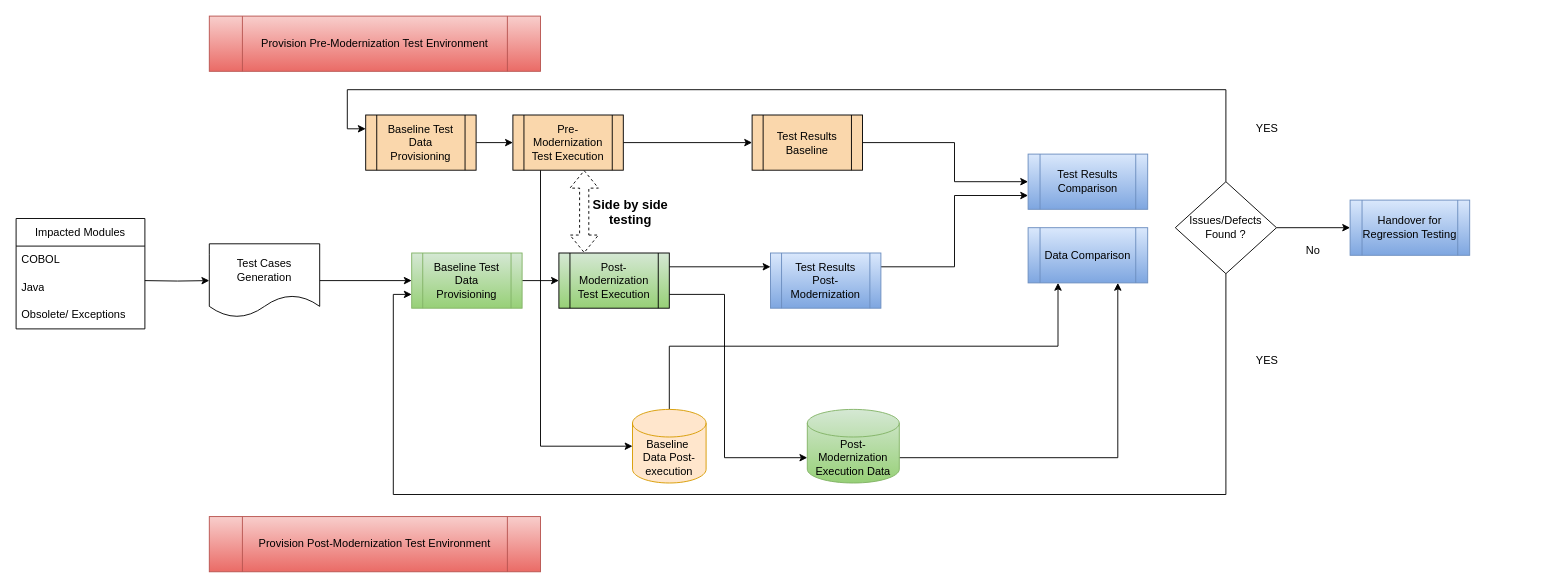
This is page "Page-1" (1 of 2) of DTCC Side by Side Testing.drawio from ilanjaya/TestCOE, a draw.io file, before an edit. Source tidied: cells renumbered, new cells numbered last; positions are measured from the earlier drawing's top-left corner, leaving out a move shared by most shapes. Both pictures are drawn from the tidied source at 92%, with x=0, y=0 at pixel (16, 16).
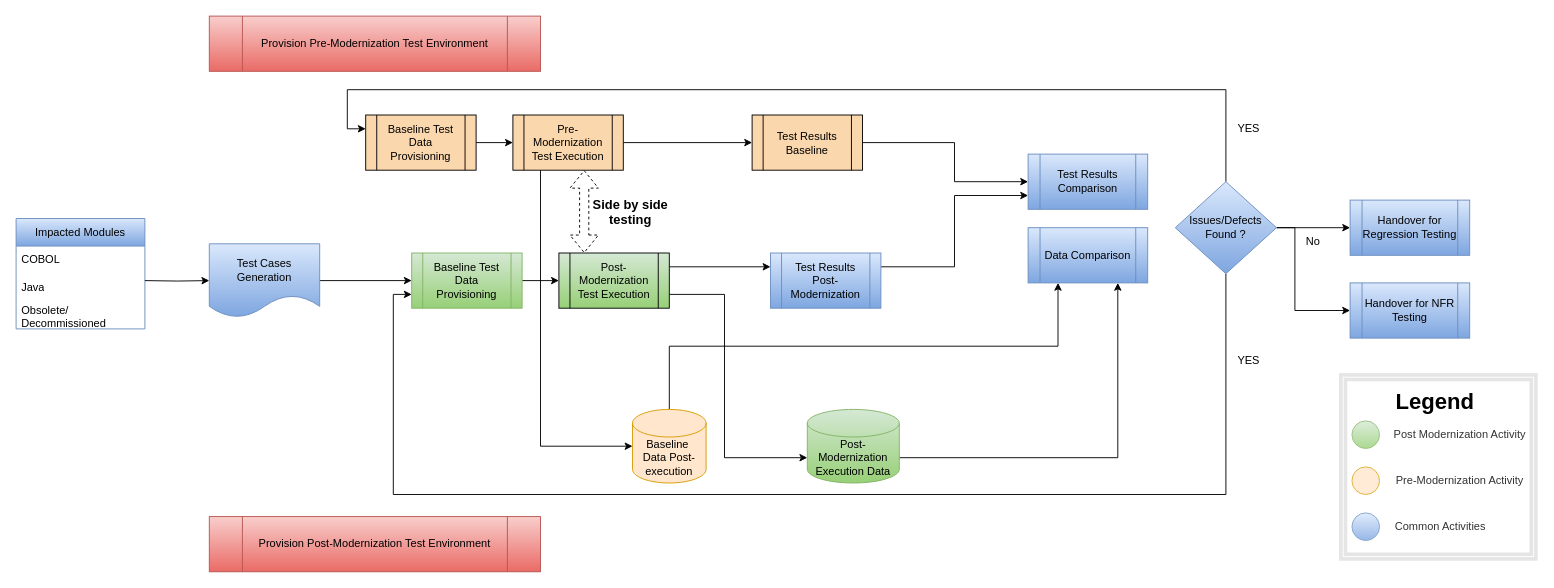
After the change.

Diff of the diagram source:
```diff
@@
-    <mxCell id="25" value="Test Cases Generation" style="shape=document;whiteSpace=wrap;html=1;boundedLbl=1;" parent="1" vertex="1">
+    <mxCell id="25" value="Test Cases Generation" style="shape=document;whiteSpace=wrap;html=1;boundedLbl=1;fillColor=#dae8fc;gradientColor=#7ea6e0;strokeColor=#6c8ebf;" parent="1" vertex="1">
       <mxGeometry x="210" y="247.5" width="120" height="80" as="geometry" />
     </mxCell>
-    <mxCell id="26" value="Impacted Modules" style="swimlane;fontStyle=0;horizontal=1;startSize=30;whiteSpace=wrap;html=1;" parent="1" vertex="1">
+    <mxCell id="26" value="Impacted Modules" style="swimlane;fontStyle=0;horizontal=1;startSize=30;whiteSpace=wrap;html=1;fillColor=#dae8fc;gradientColor=#7ea6e0;strokeColor=#6c8ebf;" parent="1" vertex="1">
       <mxGeometry y="220" width="140" height="120" as="geometry" />
     </mxCell>
@@
-    <mxCell id="29" value="Obsolete/ Exceptions" style="text;strokeColor=none;fillColor=none;align=left;verticalAlign=middle;spacingLeft=4;spacingRight=4;overflow=hidden;whiteSpace=wrap;html=1;" parent="26" vertex="1">
+    <mxCell id="29" value="Obsolete/ Decommissioned" style="text;strokeColor=none;fillColor=none;align=left;verticalAlign=middle;spacingLeft=4;spacingRight=4;overflow=hidden;whiteSpace=wrap;html=1;" parent="26" vertex="1">
       <mxGeometry y="90" width="140" height="30" as="geometry" />
     </mxCell>
@@
+    <mxCell id="41" style="edgeStyle=orthogonalEdgeStyle;rounded=0;jettySize=auto;html=1;exitX=1;exitY=0.5;exitDx=0;exitDy=0;entryX=0;entryY=0.5;entryDx=0;entryDy=0;" parent="1" edge="1" source="37" target="42">
+      <mxGeometry relative="1" as="geometry">
+        <Array as="points">
+          <mxPoint x="1390" y="230" />
+          <mxPoint x="1390" y="320" />
+        </Array>
+      </mxGeometry>
+    </mxCell>
-    <mxCell id="37" value="Issues/Defects Found ?" style="rhombus;whiteSpace=wrap;html=1;" parent="1" vertex="1">
+    <mxCell id="37" value="Issues/Defects Found ?" style="rhombus;whiteSpace=wrap;html=1;fillColor=#dae8fc;gradientColor=#7ea6e0;strokeColor=#6c8ebf;" parent="1" vertex="1">
       <mxGeometry x="1260" y="180" width="110" height="100" as="geometry" />
     </mxCell>
     <mxCell id="38" value="YES" style="text;html=1;strokeColor=none;fillColor=none;align=center;verticalAlign=middle;whiteSpace=wrap;rounded=0;" parent="1" vertex="1">
-      <mxGeometry x="1330" y="107.5" width="60" height="30" as="geometry" />
+      <mxGeometry x="1310" y="107.5" width="60" height="30" as="geometry" />
     </mxCell>
     <mxCell id="39" value="YES" style="text;html=1;strokeColor=none;fillColor=none;align=center;verticalAlign=middle;whiteSpace=wrap;rounded=0;" parent="1" vertex="1">
-      <mxGeometry x="1330" y="360" width="60" height="30" as="geometry" />
+      <mxGeometry x="1310" y="360" width="60" height="30" as="geometry" />
     </mxCell>
     <mxCell id="40" value="No" style="text;html=1;strokeColor=none;fillColor=none;align=center;verticalAlign=middle;whiteSpace=wrap;rounded=0;" parent="1" vertex="1">
-      <mxGeometry x="1380" y="240" width="60" height="30" as="geometry" />
+      <mxGeometry x="1380" y="230" width="60" height="30" as="geometry" />
     </mxCell>
+    <mxCell id="42" value="Handover for NFR Testing" style="shape=process;whiteSpace=wrap;html=1;backgroundOutline=1;gradientColor=#7ea6e0;fillColor=#dae8fc;strokeColor=#6c8ebf;" parent="1" vertex="1">
+      <mxGeometry x="1450" y="290" width="130" height="60" as="geometry" />
+    </mxCell>
+    <mxCell id="43" style="ellipse;whiteSpace=wrap;html=1;fillColor=#d5e8d4;gradientColor=#97d077;strokeColor=#82b366;" parent="1" vertex="1">
+      <mxGeometry x="1452" y="440" width="30" height="30" as="geometry" />
+    </mxCell>
+    <mxCell id="44" value="Post Modernization Activity" style="text;html=1;strokeColor=none;fillColor=none;align=center;verticalAlign=middle;whiteSpace=wrap;rounded=0;" parent="1" vertex="1">
+      <mxGeometry x="1492" y="440" width="155" height="30" as="geometry" />
+    </mxCell>
+    <mxCell id="45" style="ellipse;whiteSpace=wrap;html=1;fillColor=#ffe6cc;strokeColor=#d79b00;" parent="1" vertex="1">
+      <mxGeometry x="1452" y="490" width="30" height="30" as="geometry" />
+    </mxCell>
+    <mxCell id="46" value="Pre-Modernization Activity" style="text;html=1;strokeColor=none;fillColor=none;align=center;verticalAlign=middle;whiteSpace=wrap;rounded=0;" parent="1" vertex="1">
+      <mxGeometry x="1497" y="490" width="145" height="30" as="geometry" />
+    </mxCell>
+    <mxCell id="47" style="ellipse;whiteSpace=wrap;html=1;fillColor=#dae8fc;strokeColor=#6c8ebf;gradientColor=#7ea6e0;" parent="1" vertex="1">
+      <mxGeometry x="1452" y="540" width="30" height="30" as="geometry" />
+    </mxCell>
+    <mxCell id="48" value="Common Activities" style="text;html=1;strokeColor=none;fillColor=none;align=left;verticalAlign=middle;whiteSpace=wrap;rounded=0;" parent="1" vertex="1">
+      <mxGeometry x="1497" y="540" width="145" height="30" as="geometry" />
+    </mxCell>
+    <mxCell id="49" style="shape=ext;double=1;rounded=0;whiteSpace=wrap;html=1;gradientColor=none;opacity=10;strokeWidth=4;" parent="1" vertex="1">
+      <mxGeometry x="1440" y="390" width="212" height="200" as="geometry" />
+    </mxCell>
+    <mxCell id="50" value="Legend" style="text;strokeColor=none;fillColor=none;html=1;fontSize=24;fontStyle=1;verticalAlign=middle;align=center;" parent="1" vertex="1">
+      <mxGeometry x="1492" y="400" width="100" height="40" as="geometry" />
+    </mxCell>
```
